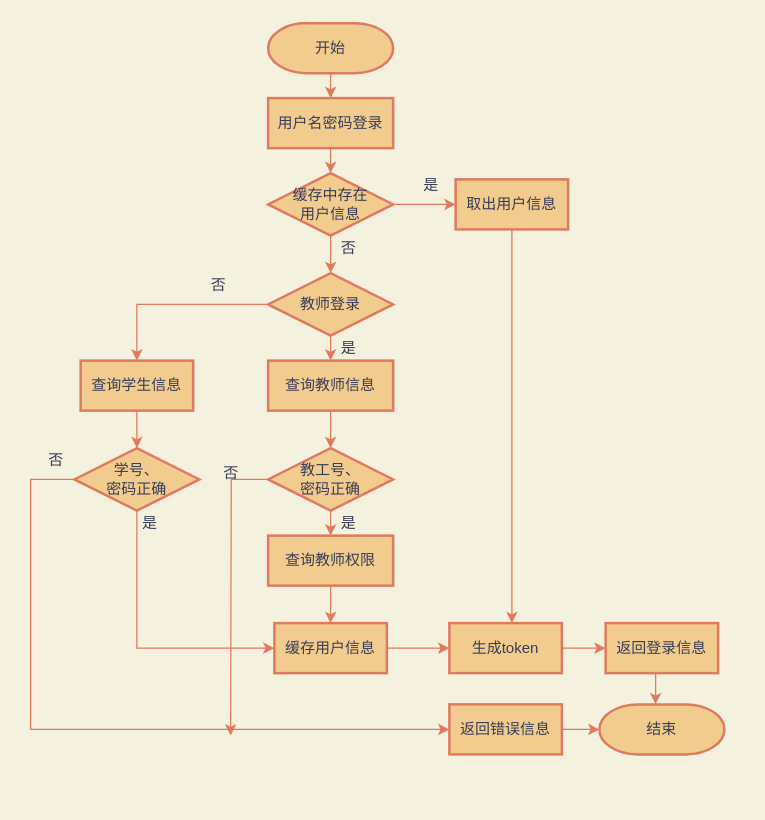
The draw.io diagram docs/img-raw/实现/登录流程.drawio in rufeng-h/healthman, before the edit. Source tidied: cells renumbered, new cells numbered last; positions are measured from the earlier drawing's top-left corner, leaving out a move shared by most shapes. Both pictures are drawn from the tidied source at 125%, with x=0, y=0 at pixel (30, 22).
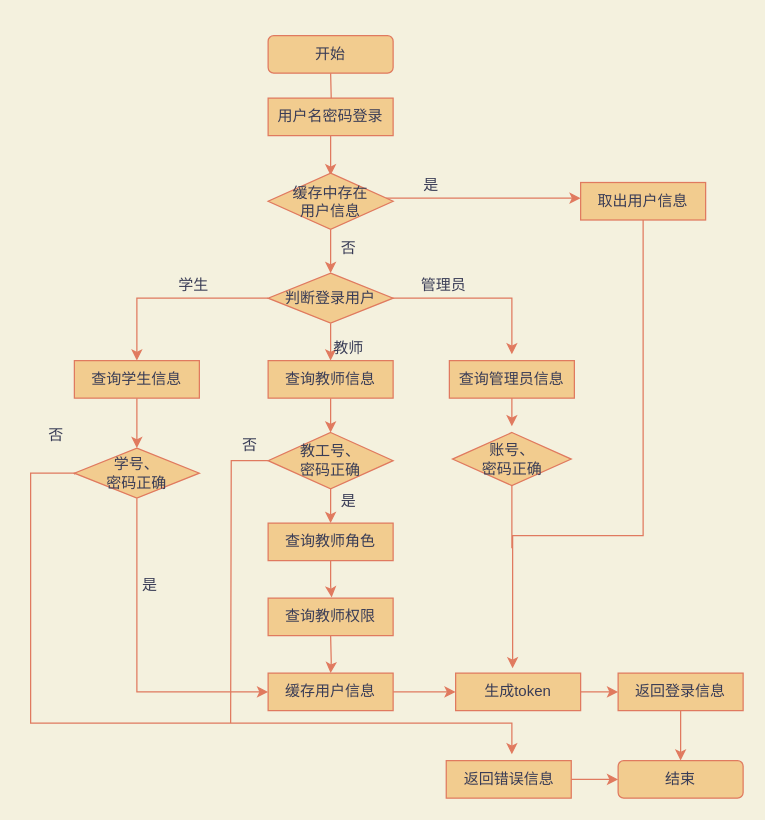
Above is the later version.

Change to the diagram source:
```diff
@@
-    <mxCell id="2" style="edgeStyle=orthogonalEdgeStyle;rounded=0;jettySize=auto;html=1;labelBackgroundColor=#F4F1DE;strokeColor=#E07A5F;fontColor=#393C56;" parent="1" edge="1" source="3" target="5">
-      <mxGeometry relative="1" as="geometry" />
+    <mxCell id="2" style="edgeStyle=orthogonalEdgeStyle;rounded=0;jettySize=auto;html=1;strokeColor=#E07A5F;fontColor=#393C56;labelBackgroundColor=#F4F1DE;" parent="1" edge="1" target="5">
+      <mxGeometry relative="1" as="geometry">
+        <mxPoint x="240" y="40" as="sourcePoint" />
+      </mxGeometry>
     </mxCell>
-    <mxCell id="3" value="开始" style="strokeWidth=2;html=1;shape=mxgraph.flowchart.terminator;whiteSpace=wrap;fillColor=#F2CC8F;strokeColor=#E07A5F;fontColor=#393C56;" parent="1" vertex="1">
-      <mxGeometry x="190" width="100" height="40" as="geometry" />
-    </mxCell>
-    <mxCell id="4" style="edgeStyle=orthogonalEdgeStyle;rounded=0;jettySize=auto;html=1;labelBackgroundColor=#F4F1DE;strokeColor=#E07A5F;fontColor=#393C56;" parent="1" edge="1" source="5">
-      <mxGeometry relative="1" as="geometry">
-        <mxPoint x="240" y="120" as="targetPoint" />
-      </mxGeometry>
+    <mxCell id="4" style="edgeStyle=orthogonalEdgeStyle;rounded=0;jettySize=auto;html=1;strokeColor=#E07A5F;fontColor=#393C56;entryX=0.5;entryY=0.04;entryDx=0;entryDy=0;entryPerimeter=0;labelBackgroundColor=#F4F1DE;" parent="1" edge="1" source="5" target="8">
+      <mxGeometry relative="1" as="geometry" />
     </mxCell>
-    <mxCell id="5" value="用户名密码登录" style="whiteSpace=wrap;html=1;strokeWidth=2;fillColor=#F2CC8F;strokeColor=#E07A5F;fontColor=#393C56;" parent="1" vertex="1">
-      <mxGeometry x="190" y="60" width="100" height="40" as="geometry" />
+    <mxCell id="5" value="用户名密码登录" style="whiteSpace=wrap;html=1;strokeWidth=1;fillColor=#F2CC8F;strokeColor=#E07A5F;fontColor=#393C56;" parent="1" vertex="1">
+      <mxGeometry x="190" y="60" width="100" height="30" as="geometry" />
     </mxCell>
-    <mxCell id="6" style="edgeStyle=orthogonalEdgeStyle;rounded=0;jettySize=auto;html=1;labelBackgroundColor=#F4F1DE;strokeColor=#E07A5F;fontColor=#393C56;" parent="1" edge="1" source="8" target="10">
-      <mxGeometry relative="1" as="geometry" />
+    <mxCell id="6" style="edgeStyle=orthogonalEdgeStyle;rounded=0;jettySize=auto;html=1;strokeColor=#E07A5F;fontColor=#393C56;labelBackgroundColor=#F4F1DE;" parent="1" edge="1" source="8" target="10">
+      <mxGeometry relative="1" as="geometry">
+        <Array as="points">
+          <mxPoint x="330" y="140" />
+          <mxPoint x="330" y="140" />
+        </Array>
+      </mxGeometry>
     </mxCell>
-    <mxCell id="7" style="edgeStyle=orthogonalEdgeStyle;rounded=0;jettySize=auto;html=1;labelBackgroundColor=#F4F1DE;strokeColor=#E07A5F;fontColor=#393C56;" parent="1" edge="1" source="8">
+    <mxCell id="7" style="edgeStyle=orthogonalEdgeStyle;rounded=0;jettySize=auto;html=1;strokeColor=#E07A5F;fontColor=#393C56;labelBackgroundColor=#F4F1DE;" parent="1" edge="1" source="8">
       <mxGeometry relative="1" as="geometry">
         <mxPoint x="240" y="200" as="targetPoint" />
       </mxGeometry>
     </mxCell>
-    <mxCell id="8" value="缓存中存在&lt;br&gt;用户信息" style="rhombus;whiteSpace=wrap;html=1;strokeWidth=2;fillColor=#F2CC8F;strokeColor=#E07A5F;fontColor=#393C56;" parent="1" vertex="1">
-      <mxGeometry x="190" y="120" width="100" height="50" as="geometry" />
+    <mxCell id="8" value="缓存中存在&lt;br&gt;用户信息" style="rhombus;whiteSpace=wrap;html=1;strokeWidth=1;fillColor=#F2CC8F;strokeColor=#E07A5F;fontColor=#393C56;" parent="1" vertex="1">
+      <mxGeometry x="190" y="120" width="100" height="45" as="geometry" />
     </mxCell>
-    <mxCell id="9" style="edgeStyle=orthogonalEdgeStyle;rounded=0;jettySize=auto;html=1;labelBackgroundColor=#F4F1DE;strokeColor=#E07A5F;fontColor=#393C56;" parent="1" edge="1" source="10">
+    <mxCell id="9" style="edgeStyle=orthogonalEdgeStyle;rounded=0;jettySize=auto;html=1;strokeColor=#E07A5F;fontColor=#393C56;entryX=0.456;entryY=-0.127;entryDx=0;entryDy=0;entryPerimeter=0;labelBackgroundColor=#F4F1DE;" parent="1" edge="1" source="10" target="13">
       <mxGeometry relative="1" as="geometry">
-        <mxPoint x="385" y="480" as="targetPoint" />
+        <Array as="points">
+          <mxPoint x="490" y="410" />
+          <mxPoint x="386" y="410" />
+        </Array>
       </mxGeometry>
     </mxCell>
-    <mxCell id="10" value="取出用户信息" style="whiteSpace=wrap;html=1;strokeWidth=2;fillColor=#F2CC8F;strokeColor=#E07A5F;fontColor=#393C56;" parent="1" vertex="1">
-      <mxGeometry x="340" y="125" width="90" height="40" as="geometry" />
+    <mxCell id="10" value="取出用户信息" style="whiteSpace=wrap;html=1;strokeWidth=1;fillColor=#F2CC8F;strokeColor=#E07A5F;fontColor=#393C56;" parent="1" vertex="1">
+      <mxGeometry x="440" y="127.5" width="100" height="30" as="geometry" />
     </mxCell>
@@
-    <mxCell id="12" style="edgeStyle=orthogonalEdgeStyle;rounded=0;jettySize=auto;html=1;labelBackgroundColor=#F4F1DE;strokeColor=#E07A5F;fontColor=#393C56;" parent="1" edge="1" source="13" target="16">
+    <mxCell id="12" style="edgeStyle=orthogonalEdgeStyle;rounded=0;jettySize=auto;html=1;strokeColor=#E07A5F;fontColor=#393C56;labelBackgroundColor=#F4F1DE;" parent="1" edge="1" source="13" target="16">
       <mxGeometry relative="1" as="geometry" />
     </mxCell>
-    <mxCell id="13" value="生成token" style="whiteSpace=wrap;html=1;strokeWidth=2;fillColor=#F2CC8F;strokeColor=#E07A5F;fontColor=#393C56;" parent="1" vertex="1">
-      <mxGeometry x="335" y="480" width="90" height="40" as="geometry" />
+    <mxCell id="13" value="生成token" style="whiteSpace=wrap;html=1;strokeWidth=1;fillColor=#F2CC8F;strokeColor=#E07A5F;fontColor=#393C56;" parent="1" vertex="1">
+      <mxGeometry x="340" y="520" width="100" height="30" as="geometry" />
     </mxCell>
-    <mxCell id="14" value="结束" style="strokeWidth=2;html=1;shape=mxgraph.flowchart.terminator;whiteSpace=wrap;fillColor=#F2CC8F;strokeColor=#E07A5F;fontColor=#393C56;" parent="1" vertex="1">
-      <mxGeometry x="455" y="545" width="100" height="40" as="geometry" />
-    </mxCell>
-    <mxCell id="15" style="edgeStyle=orthogonalEdgeStyle;rounded=0;jettySize=auto;html=1;labelBackgroundColor=#F4F1DE;strokeColor=#E07A5F;fontColor=#393C56;" parent="1" edge="1" target="14">
-      <mxGeometry relative="1" as="geometry">
-        <mxPoint x="485" y="505" as="sourcePoint" />
-        <Array as="points">
-          <mxPoint x="500" y="505" />
-        </Array>
-      </mxGeometry>
-    </mxCell>
+    <mxCell id="43" style="edgeStyle=orthogonalEdgeStyle;curved=0;rounded=1;sketch=0;jettySize=auto;html=1;fontColor=#393C56;strokeColor=#E07A5F;fillColor=#F2CC8F;labelBackgroundColor=#F4F1DE;" parent="1" edge="1" source="16" target="14">
+      <mxGeometry relative="1" as="geometry" />
+    </mxCell>
-    <mxCell id="16" value="返回登录信息" style="whiteSpace=wrap;html=1;strokeWidth=2;fillColor=#F2CC8F;strokeColor=#E07A5F;fontColor=#393C56;" parent="1" vertex="1">
-      <mxGeometry x="460" y="480" width="90" height="40" as="geometry" />
+    <mxCell id="16" value="返回登录信息" style="whiteSpace=wrap;html=1;strokeWidth=1;fillColor=#F2CC8F;strokeColor=#E07A5F;fontColor=#393C56;" parent="1" vertex="1">
+      <mxGeometry x="470" y="520" width="100" height="30" as="geometry" />
     </mxCell>
@@
-    <mxCell id="18" style="edgeStyle=orthogonalEdgeStyle;rounded=0;jettySize=auto;html=1;labelBackgroundColor=#F4F1DE;strokeColor=#E07A5F;fontColor=#393C56;" parent="1" edge="1" source="20">
+    <mxCell id="18" style="edgeStyle=orthogonalEdgeStyle;rounded=0;jettySize=auto;html=1;strokeColor=#E07A5F;fontColor=#393C56;labelBackgroundColor=#F4F1DE;" parent="1" edge="1" source="20">
       <mxGeometry relative="1" as="geometry">
         <mxPoint x="240" y="270" as="targetPoint" />
       </mxGeometry>
     </mxCell>
-    <mxCell id="19" style="edgeStyle=orthogonalEdgeStyle;rounded=0;jettySize=auto;html=1;labelBackgroundColor=#F4F1DE;strokeColor=#E07A5F;fontColor=#393C56;" parent="1" edge="1" source="20" target="28">
+    <mxCell id="19" style="edgeStyle=orthogonalEdgeStyle;rounded=0;jettySize=auto;html=1;strokeColor=#E07A5F;fontColor=#393C56;labelBackgroundColor=#F4F1DE;" parent="1" edge="1" source="20" target="28">
       <mxGeometry relative="1" as="geometry" />
     </mxCell>
+    <mxCell id="44" style="edgeStyle=orthogonalEdgeStyle;rounded=0;jettySize=auto;html=1;endArrow=classic;endFill=1;sourcePerimeterSpacing=-9;targetPerimeterSpacing=5;strokeColor=#E07A5F;fontColor=#393C56;labelBackgroundColor=#F4F1DE;" parent="1" edge="1" source="20" target="48">
+      <mxGeometry relative="1" as="geometry" />
+    </mxCell>
-    <mxCell id="20" value="教师登录" style="rhombus;whiteSpace=wrap;html=1;strokeWidth=2;fillColor=#F2CC8F;strokeColor=#E07A5F;fontColor=#393C56;" parent="1" vertex="1">
-      <mxGeometry x="190" y="200" width="100" height="50" as="geometry" />
+    <mxCell id="20" value="判断登录用户" style="rhombus;whiteSpace=wrap;html=1;strokeWidth=1;fillColor=#F2CC8F;strokeColor=#E07A5F;fontColor=#393C56;" parent="1" vertex="1">
+      <mxGeometry x="190" y="200" width="100" height="40" as="geometry" />
     </mxCell>
-    <mxCell id="21" style="edgeStyle=orthogonalEdgeStyle;rounded=0;jettySize=auto;html=1;labelBackgroundColor=#F4F1DE;strokeColor=#E07A5F;fontColor=#393C56;" parent="1" edge="1" source="23" target="25">
+    <mxCell id="21" style="edgeStyle=orthogonalEdgeStyle;rounded=0;jettySize=auto;html=1;strokeColor=#E07A5F;fontColor=#393C56;labelBackgroundColor=#F4F1DE;" parent="1" edge="1" source="23" target="25">
       <mxGeometry relative="1" as="geometry" />
     </mxCell>
-    <mxCell id="22" style="edgeStyle=orthogonalEdgeStyle;rounded=0;jettySize=auto;html=1;labelBackgroundColor=#F4F1DE;strokeColor=#E07A5F;fontColor=#393C56;" parent="1" edge="1" source="23">
+    <mxCell id="22" style="edgeStyle=orthogonalEdgeStyle;rounded=0;jettySize=auto;html=1;strokeColor=#E07A5F;fontColor=#393C56;endArrow=none;endFill=0;labelBackgroundColor=#F4F1DE;" parent="1" edge="1" source="23">
       <mxGeometry relative="1" as="geometry">
-        <mxPoint x="160" y="570" as="targetPoint" />
+        <mxPoint x="160" y="560" as="targetPoint" />
       </mxGeometry>
     </mxCell>
-    <mxCell id="23" value="教工号、&lt;br&gt;密码正确" style="rhombus;whiteSpace=wrap;html=1;strokeWidth=2;fillColor=#F2CC8F;strokeColor=#E07A5F;fontColor=#393C56;" parent="1" vertex="1">
-      <mxGeometry x="190" y="340" width="100" height="50" as="geometry" />
+    <mxCell id="23" value="教工号、&lt;br&gt;密码正确" style="rhombus;whiteSpace=wrap;html=1;strokeWidth=1;fillColor=#F2CC8F;strokeColor=#E07A5F;fontColor=#393C56;" parent="1" vertex="1">
+      <mxGeometry x="190" y="327.5" width="100" height="45" as="geometry" />
     </mxCell>
-    <mxCell id="24" style="edgeStyle=orthogonalEdgeStyle;rounded=0;jettySize=auto;html=1;labelBackgroundColor=#F4F1DE;strokeColor=#E07A5F;fontColor=#393C56;" parent="1" edge="1" source="25" target="35">
-      <mxGeometry relative="1" as="geometry" />
+    <mxCell id="24" style="edgeStyle=orthogonalEdgeStyle;rounded=0;jettySize=auto;html=1;strokeColor=#E07A5F;fontColor=#393C56;labelBackgroundColor=#F4F1DE;" parent="1" edge="1" target="35">
+      <mxGeometry relative="1" as="geometry">
+        <mxPoint x="240" y="490" as="sourcePoint" />
+      </mxGeometry>
     </mxCell>
+    <mxCell id="45" style="edgeStyle=orthogonalEdgeStyle;rounded=0;jettySize=auto;html=1;endArrow=classic;endFill=1;sourcePerimeterSpacing=-9;targetPerimeterSpacing=5;entryX=0.508;entryY=-0.02;entryDx=0;entryDy=0;entryPerimeter=0;strokeColor=#E07A5F;fontColor=#393C56;labelBackgroundColor=#F4F1DE;" parent="1" edge="1" source="25" target="46">
+      <mxGeometry relative="1" as="geometry" />
+    </mxCell>
-    <mxCell id="25" value="查询教师权限" style="whiteSpace=wrap;html=1;strokeWidth=2;fillColor=#F2CC8F;strokeColor=#E07A5F;fontColor=#393C56;" parent="1" vertex="1">
-      <mxGeometry x="190" y="410" width="100" height="40" as="geometry" />
+    <mxCell id="25" value="查询教师角色" style="whiteSpace=wrap;html=1;strokeWidth=1;fillColor=#F2CC8F;strokeColor=#E07A5F;fontColor=#393C56;" parent="1" vertex="1">
+      <mxGeometry x="190" y="400" width="100" height="30" as="geometry" />
     </mxCell>
     <mxCell id="26" value="是" style="text;html=1;align=center;verticalAlign=middle;strokeColor=none;fillColor=none;fontColor=#393C56;" parent="1" vertex="1">
-      <mxGeometry x="239" y="390" width="30" height="20" as="geometry" />
+      <mxGeometry x="239" y="372.5" width="30" height="20" as="geometry" />
     </mxCell>
-    <mxCell id="27" style="edgeStyle=orthogonalEdgeStyle;rounded=0;jettySize=auto;html=1;labelBackgroundColor=#F4F1DE;strokeColor=#E07A5F;fontColor=#393C56;" parent="1" edge="1" source="28" target="33">
+    <mxCell id="27" style="edgeStyle=orthogonalEdgeStyle;rounded=0;jettySize=auto;html=1;strokeColor=#E07A5F;fontColor=#393C56;labelBackgroundColor=#F4F1DE;" parent="1" edge="1" source="28" target="33">
       <mxGeometry relative="1" as="geometry" />
     </mxCell>
-    <mxCell id="28" value="查询学生信息" style="whiteSpace=wrap;html=1;strokeWidth=2;fillColor=#F2CC8F;strokeColor=#E07A5F;fontColor=#393C56;" parent="1" vertex="1">
-      <mxGeometry x="40" y="270" width="90" height="40" as="geometry" />
+    <mxCell id="28" value="查询学生信息" style="whiteSpace=wrap;html=1;strokeWidth=1;fillColor=#F2CC8F;strokeColor=#E07A5F;fontColor=#393C56;" parent="1" vertex="1">
+      <mxGeometry x="35" y="270" width="100" height="30" as="geometry" />
     </mxCell>
-    <mxCell id="29" style="edgeStyle=orthogonalEdgeStyle;rounded=0;jettySize=auto;html=1;labelBackgroundColor=#F4F1DE;strokeColor=#E07A5F;fontColor=#393C56;" parent="1" edge="1" source="30" target="23">
+    <mxCell id="29" style="edgeStyle=orthogonalEdgeStyle;rounded=0;jettySize=auto;html=1;strokeColor=#E07A5F;fontColor=#393C56;labelBackgroundColor=#F4F1DE;" parent="1" edge="1" source="30" target="23">
       <mxGeometry relative="1" as="geometry" />
     </mxCell>
-    <mxCell id="30" value="查询教师信息" style="whiteSpace=wrap;html=1;strokeWidth=2;fillColor=#F2CC8F;strokeColor=#E07A5F;fontColor=#393C56;" parent="1" vertex="1">
-      <mxGeometry x="190" y="270" width="100" height="40" as="geometry" />
+    <mxCell id="30" value="查询教师信息" style="whiteSpace=wrap;html=1;strokeWidth=1;fillColor=#F2CC8F;strokeColor=#E07A5F;fontColor=#393C56;" parent="1" vertex="1">
+      <mxGeometry x="190" y="270" width="100" height="30" as="geometry" />
     </mxCell>
-    <mxCell id="31" style="edgeStyle=orthogonalEdgeStyle;rounded=0;jettySize=auto;html=1;labelBackgroundColor=#F4F1DE;strokeColor=#E07A5F;fontColor=#393C56;" parent="1" edge="1" source="33" target="35">
+    <mxCell id="31" style="edgeStyle=orthogonalEdgeStyle;rounded=0;jettySize=auto;html=1;strokeColor=#E07A5F;fontColor=#393C56;labelBackgroundColor=#F4F1DE;" parent="1" edge="1" source="33" target="35">
       <mxGeometry relative="1" as="geometry">
         <Array as="points">
-          <mxPoint x="85" y="500" />
+          <mxPoint x="85" y="535" />
         </Array>
       </mxGeometry>
     </mxCell>
-    <mxCell id="32" style="edgeStyle=orthogonalEdgeStyle;rounded=0;jettySize=auto;html=1;labelBackgroundColor=#F4F1DE;strokeColor=#E07A5F;fontColor=#393C56;" parent="1" edge="1" source="33" target="38">
+    <mxCell id="32" style="edgeStyle=orthogonalEdgeStyle;rounded=0;jettySize=auto;html=1;strokeColor=#E07A5F;fontColor=#393C56;exitX=0.002;exitY=0.525;exitDx=0;exitDy=0;exitPerimeter=0;targetPerimeterSpacing=5;sourcePerimeterSpacing=-9;labelBackgroundColor=#F4F1DE;" parent="1" edge="1" source="33" target="38">
       <mxGeometry relative="1" as="geometry">
         <Array as="points">
-          <mxPoint y="365" />
-          <mxPoint y="565" />
+          <mxPoint x="35" y="360" />
+          <mxPoint y="360" />
+          <mxPoint y="560" />
+          <mxPoint x="385" y="560" />
         </Array>
       </mxGeometry>
     </mxCell>
-    <mxCell id="33" value="学号、&lt;br&gt;密码正确" style="rhombus;whiteSpace=wrap;html=1;strokeWidth=2;fillColor=#F2CC8F;strokeColor=#E07A5F;fontColor=#393C56;" parent="1" vertex="1">
-      <mxGeometry x="35" y="340" width="100" height="50" as="geometry" />
+    <mxCell id="33" value="学号、&lt;br&gt;密码正确" style="rhombus;whiteSpace=wrap;html=1;strokeWidth=1;fillColor=#F2CC8F;strokeColor=#E07A5F;fontColor=#393C56;" parent="1" vertex="1">
+      <mxGeometry x="35" y="340" width="100" height="40" as="geometry" />
     </mxCell>
-    <mxCell id="34" style="edgeStyle=orthogonalEdgeStyle;rounded=0;jettySize=auto;html=1;labelBackgroundColor=#F4F1DE;strokeColor=#E07A5F;fontColor=#393C56;" parent="1" edge="1" source="35" target="13">
+    <mxCell id="34" style="edgeStyle=orthogonalEdgeStyle;rounded=0;jettySize=auto;html=1;strokeColor=#E07A5F;fontColor=#393C56;labelBackgroundColor=#F4F1DE;" parent="1" edge="1" source="35" target="13">
       <mxGeometry relative="1" as="geometry" />
     </mxCell>
-    <mxCell id="35" value="缓存用户信息" style="whiteSpace=wrap;html=1;strokeWidth=2;fillColor=#F2CC8F;strokeColor=#E07A5F;fontColor=#393C56;" parent="1" vertex="1">
-      <mxGeometry x="195" y="480" width="90" height="40" as="geometry" />
+    <mxCell id="35" value="缓存用户信息" style="whiteSpace=wrap;html=1;strokeWidth=1;fillColor=#F2CC8F;strokeColor=#E07A5F;fontColor=#393C56;" parent="1" vertex="1">
+      <mxGeometry x="190" y="520" width="100" height="30" as="geometry" />
     </mxCell>
     <mxCell id="36" value="是" style="text;html=1;align=center;verticalAlign=middle;strokeColor=none;fillColor=none;fontColor=#393C56;" parent="1" vertex="1">
-      <mxGeometry x="80" y="390" width="30" height="20" as="geometry" />
+      <mxGeometry x="80" y="440" width="30" height="20" as="geometry" />
     </mxCell>
-    <mxCell id="37" style="edgeStyle=orthogonalEdgeStyle;rounded=0;jettySize=auto;html=1;labelBackgroundColor=#F4F1DE;strokeColor=#E07A5F;fontColor=#393C56;" parent="1" edge="1" source="38" target="14">
+    <mxCell id="37" style="edgeStyle=orthogonalEdgeStyle;curved=0;rounded=1;sketch=0;jettySize=auto;html=1;fontColor=#393C56;strokeColor=#E07A5F;fillColor=#F2CC8F;labelBackgroundColor=#F4F1DE;" parent="1" edge="1" source="38" target="14">
       <mxGeometry relative="1" as="geometry" />
     </mxCell>
-    <mxCell id="38" value="返回错误信息" style="whiteSpace=wrap;html=1;strokeWidth=2;fillColor=#F2CC8F;strokeColor=#E07A5F;fontColor=#393C56;" parent="1" vertex="1">
-      <mxGeometry x="335" y="545" width="90" height="40" as="geometry" />
+    <mxCell id="38" value="返回错误信息" style="whiteSpace=wrap;html=1;strokeWidth=1;fillColor=#F2CC8F;strokeColor=#E07A5F;fontColor=#393C56;" parent="1" vertex="1">
+      <mxGeometry x="332.5" y="590" width="100" height="30" as="geometry" />
     </mxCell>
     <mxCell id="39" value="否" style="text;html=1;align=center;verticalAlign=middle;strokeColor=none;fillColor=none;fontColor=#393C56;" parent="1" vertex="1">
-      <mxGeometry x="145" y="350" width="30" height="20" as="geometry" />
+      <mxGeometry x="160" y="327.5" width="30" height="20" as="geometry" />
     </mxCell>
     <mxCell id="40" value="否" style="text;html=1;align=center;verticalAlign=middle;strokeColor=none;fillColor=none;fontColor=#393C56;" parent="1" vertex="1">
-      <mxGeometry x="5" y="340" width="30" height="20" as="geometry" />
+      <mxGeometry x="5" y="320" width="30" height="20" as="geometry" />
     </mxCell>
-    <mxCell id="41" value="是" style="text;html=1;align=center;verticalAlign=middle;strokeColor=none;fillColor=none;fontColor=#393C56;" parent="1" vertex="1">
-      <mxGeometry x="239" y="250" width="30" height="20" as="geometry" />
+    <mxCell id="41" value="教师" style="text;html=1;align=center;verticalAlign=middle;strokeColor=none;fillColor=none;fontColor=#393C56;" parent="1" vertex="1">
+      <mxGeometry x="234" y="250" width="40" height="20" as="geometry" />
     </mxCell>
-    <mxCell id="42" value="否" style="text;html=1;align=center;verticalAlign=middle;strokeColor=none;fillColor=none;fontColor=#393C56;" parent="1" vertex="1">
-      <mxGeometry x="135" y="200" width="30" height="20" as="geometry" />
+    <mxCell id="42" value="学生" style="text;html=1;align=center;verticalAlign=middle;strokeColor=none;fillColor=none;fontColor=#393C56;" parent="1" vertex="1">
+      <mxGeometry x="110" y="200" width="40" height="20" as="geometry" />
     </mxCell>
+    <mxCell id="46" value="查询教师权限" style="whiteSpace=wrap;html=1;strokeWidth=1;fillColor=#F2CC8F;strokeColor=#E07A5F;fontColor=#393C56;" parent="1" vertex="1">
+      <mxGeometry x="190" y="460" width="100" height="30" as="geometry" />
+    </mxCell>
+    <mxCell id="47" style="edgeStyle=orthogonalEdgeStyle;rounded=0;jettySize=auto;html=1;endArrow=classic;endFill=1;sourcePerimeterSpacing=-9;targetPerimeterSpacing=5;strokeColor=#E07A5F;fontColor=#393C56;labelBackgroundColor=#F4F1DE;" parent="1" edge="1" source="48" target="51">
+      <mxGeometry relative="1" as="geometry" />
+    </mxCell>
+    <mxCell id="48" value="查询管理员信息" style="whiteSpace=wrap;html=1;fontColor=#393C56;strokeColor=#E07A5F;strokeWidth=1;fillColor=#F2CC8F;" parent="1" vertex="1">
+      <mxGeometry x="335" y="270" width="100" height="30" as="geometry" />
+    </mxCell>
+    <mxCell id="49" value="管理员" style="text;html=1;align=center;verticalAlign=middle;strokeColor=none;fillColor=none;fontColor=#393C56;" parent="1" vertex="1">
+      <mxGeometry x="305" y="200" width="50" height="20" as="geometry" />
+    </mxCell>
+    <mxCell id="50" style="edgeStyle=orthogonalEdgeStyle;rounded=0;jettySize=auto;html=1;endArrow=none;endFill=0;sourcePerimeterSpacing=-9;targetPerimeterSpacing=5;strokeColor=#E07A5F;fontColor=#393C56;labelBackgroundColor=#F4F1DE;" parent="1" edge="1" source="51">
+      <mxGeometry relative="1" as="geometry">
+        <mxPoint x="385" y="420" as="targetPoint" />
+      </mxGeometry>
+    </mxCell>
+    <mxCell id="51" value="账号、&lt;br&gt;密码正确" style="rhombus;whiteSpace=wrap;html=1;fontColor=#393C56;strokeColor=#E07A5F;strokeWidth=1;fillColor=#F2CC8F;" parent="1" vertex="1">
+      <mxGeometry x="337.5" y="327.5" width="95" height="42.5" as="geometry" />
+    </mxCell>
+    <mxCell id="3" value="开始" style="rounded=1;whiteSpace=wrap;html=1;sketch=0;fontColor=#393C56;strokeColor=#E07A5F;fillColor=#F2CC8F;" parent="1" vertex="1">
+      <mxGeometry x="190" y="10" width="100" height="30" as="geometry" />
+    </mxCell>
+    <mxCell id="14" value="结束" style="rounded=1;whiteSpace=wrap;html=1;sketch=0;fontColor=#393C56;strokeColor=#E07A5F;fillColor=#F2CC8F;" parent="1" vertex="1">
+      <mxGeometry x="470" y="590" width="100" height="30" as="geometry" />
+    </mxCell>
```
